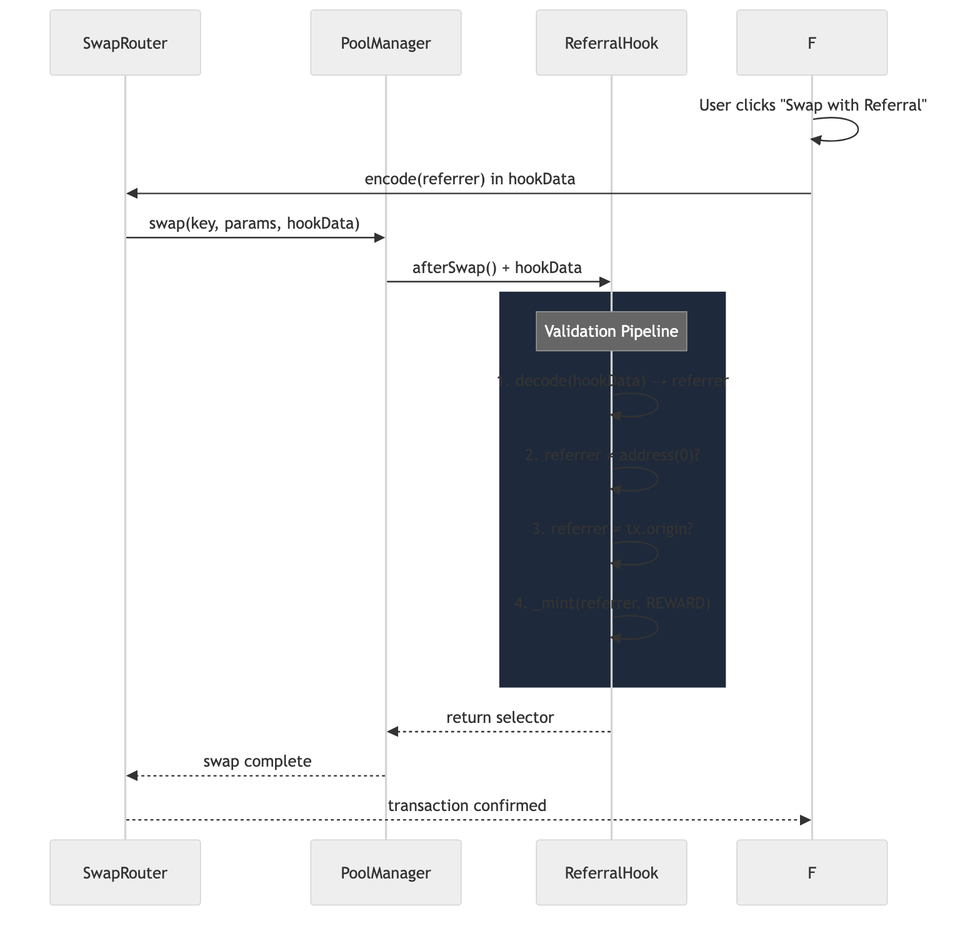
The Mermaid diagram docs/diagrams/SYSTEM_DESIGN_3.png in guglxni/the-fixer-hook, before a commit. Its source is kept beside it as docs/diagrams/SYSTEM_DESIGN_3.mmd. Source of this version:
```mermaid
%%{init: {'theme': 'neutral', 'themeVariables': { 'primaryColor': '#2563eb', 'primaryTextColor': '#1e293b', 'primaryBorderColor': '#3b82f6', 'lineColor': '#64748b', 'secondaryColor': '#f1f5f9', 'tertiaryColor': '#e2e8f0'}}}%%
sequenceDiagram
    participant R as  SwapRouter
    participant PM as  PoolManager
    participant H as  ReferralHook
    F->>F: User clicks "Swap with Referral"
    F->>R: encode(referrer) in hookData
    R->>PM: swap(key, params, hookData)
    PM->>H: afterSwap() + hookData
    rect rgb(30, 41, 59)
        Note over H: Validation Pipeline
        H->>H: 1. decode(hookData) → referrer
        H->>H: 2. referrer ≠ address(0)?
        H->>H: 3. referrer ≠ tx.origin?
        H->>H: 4. _mint(referrer, REWARD)
    end
    H-->>PM: return selector
    PM-->>R: swap complete
    R-->>F: transaction confirmed
```
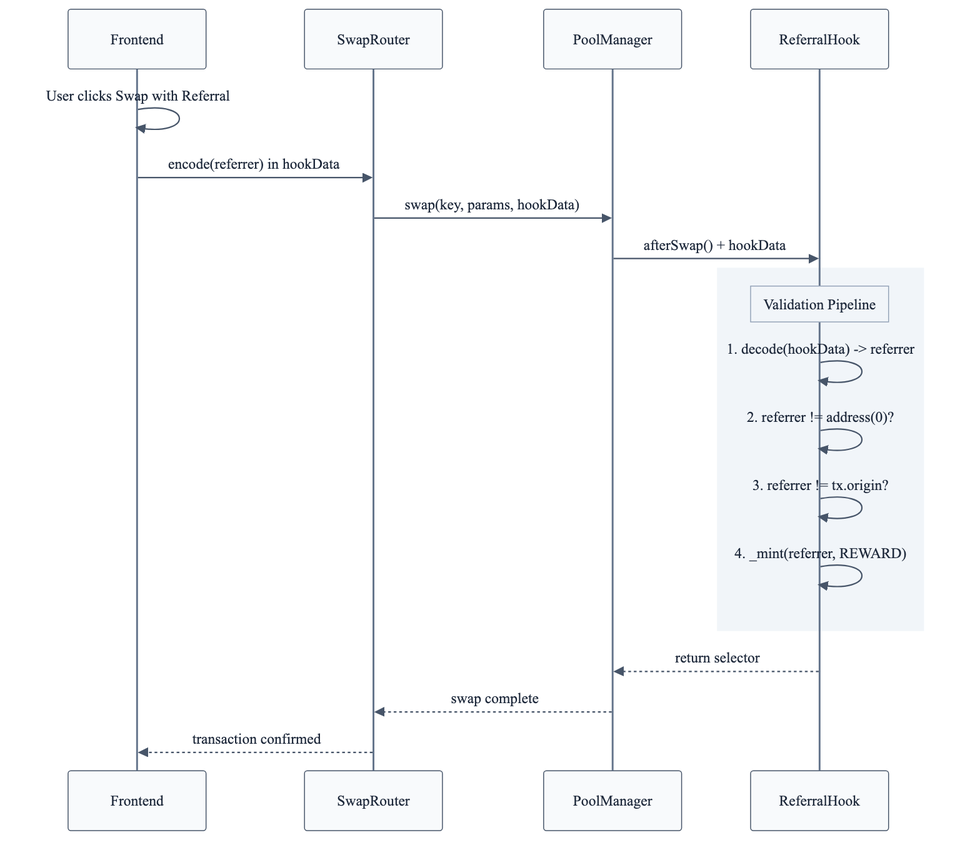
The same diagram one commit later.

Diff of the diagram source:
```diff
@@ -1,19 +1,23 @@
-%%{init: {'theme': 'neutral', 'themeVariables': { 'primaryColor': '#2563eb', 'primaryTextColor': '#1e293b', 'primaryBorderColor': '#3b82f6', 'lineColor': '#64748b', 'secondaryColor': '#f1f5f9', 'tertiaryColor': '#e2e8f0'}}}%%
+%%{init: {'theme': 'neutral', 'themeVariables': {'fontFamily': 'Inter, system-ui, sans-serif', 'actorTextColor': '#1e293b', 'actorBorder': '#475569', 'actorBkg': '#f8fafc', 'actorLineColor': '#64748b', 'signalColor': '#475569', 'signalTextColor': '#1e293b', 'labelBoxBkgColor': '#f1f5f9', 'labelBoxBorderColor': '#94a3b8', 'labelTextColor': '#1e293b', 'loopTextColor': '#1e293b', 'activationBorderColor': '#475569', 'activationBkgColor': '#e2e8f0', 'noteBkgColor': '#f1f5f9', 'noteBorderColor': '#94a3b8', 'noteTextColor': '#1e293b'}}}%%
 sequenceDiagram
-    participant R as  SwapRouter
-    participant PM as  PoolManager
-    participant H as  ReferralHook
-    F->>F: User clicks "Swap with Referral"
+    participant F as Frontend
+    participant R as SwapRouter
+    participant PM as PoolManager
+    participant H as ReferralHook
+
+    F->>F: User clicks Swap with Referral
     F->>R: encode(referrer) in hookData
     R->>PM: swap(key, params, hookData)
     PM->>H: afterSwap() + hookData
-    rect rgb(30, 41, 59)
+
+    rect rgb(241, 245, 249)
         Note over H: Validation Pipeline
-        H->>H: 1. decode(hookData) → referrer
-        H->>H: 2. referrer ≠ address(0)?
-        H->>H: 3. referrer ≠ tx.origin?
+        H->>H: 1. decode(hookData) -> referrer
+        H->>H: 2. referrer != address(0)?
+        H->>H: 3. referrer != tx.origin?
         H->>H: 4. _mint(referrer, REWARD)
     end
+
     H-->>PM: return selector
     PM-->>R: swap complete
     R-->>F: transaction confirmed
```
